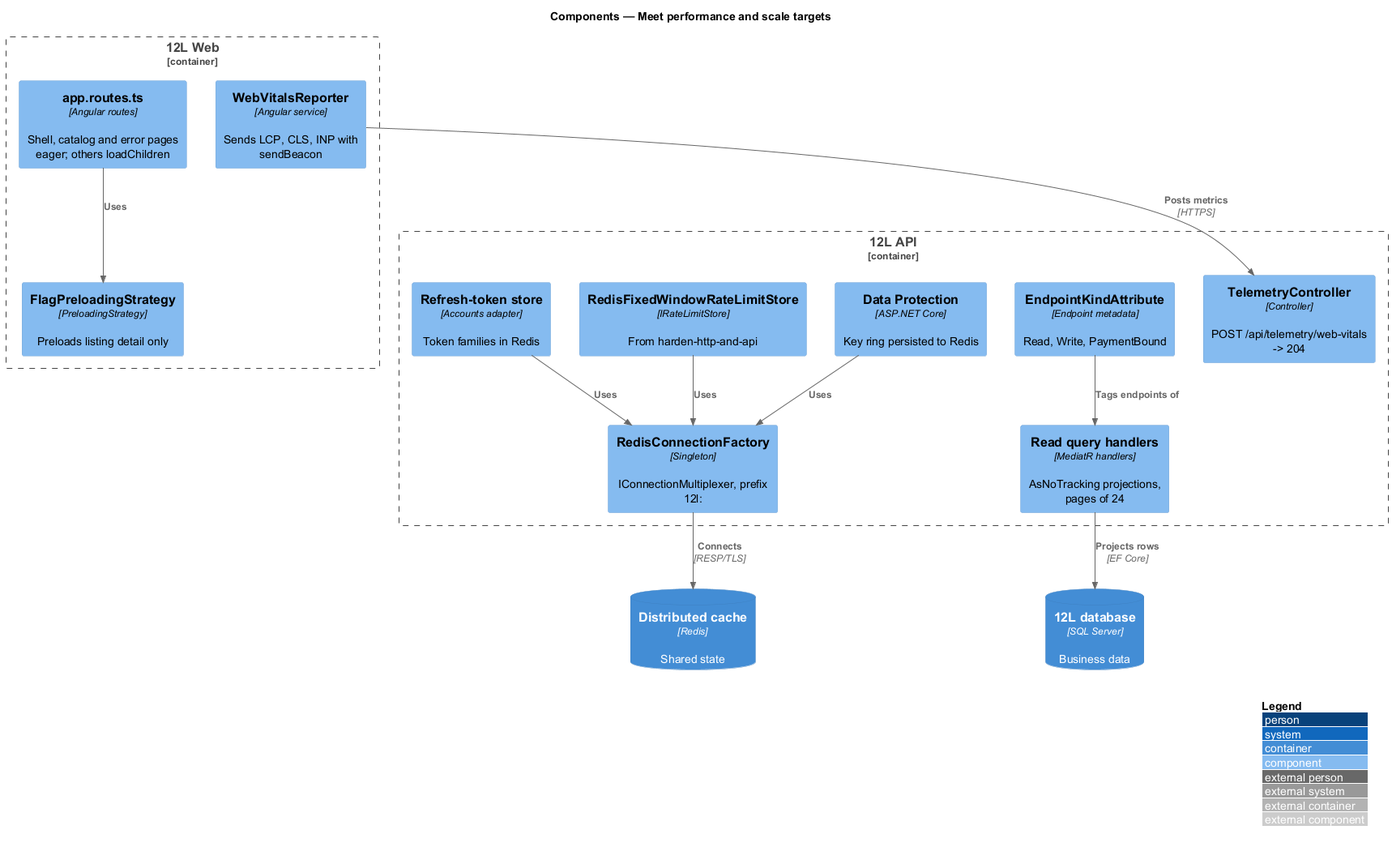
QuinntyneBrown/12l keeps this PlantUML diagram as docs/detailed-designs/platform/meet-performance-and-scale/diagrams/c4-component.png. Above is the earlier version. The source it was exported from:
```plantuml
@startuml
!include <C4/C4_Component>
LAYOUT_WITH_LEGEND()
title Components — Meet performance and scale targets

Container_Boundary(web, "12L Web") {
  Component(routes, "app.routes.ts", "Angular routes", "Shell, catalog and error pages eager; others loadChildren")
  Component(preload, "FlagPreloadingStrategy", "PreloadingStrategy", "Preloads listing detail only")
  Component(vitals, "WebVitalsReporter", "Angular service", "Sends LCP, CLS, INP with sendBeacon")
}
Container_Boundary(api, "12L API") {
  Component(tele, "TelemetryController", "Controller", "POST /api/telemetry/web-vitals -> 204")
  Component(kind, "EndpointKindAttribute", "Endpoint metadata", "Read, Write, PaymentBound")
  Component(dp, "Data Protection", "ASP.NET Core", "Key ring persisted to Redis")
  Component(rlstore, "RedisFixedWindowRateLimitStore", "IRateLimitStore", "From harden-http-and-api")
  Component(tokens, "Refresh-token store", "Accounts adapter", "Token families in Redis")
  Component(factory, "RedisConnectionFactory", "Singleton", "IConnectionMultiplexer, prefix 12l:")
  Component(queries, "Read query handlers", "MediatR handlers", "AsNoTracking projections, pages of 24")
}
ContainerDb(cache, "Distributed cache", "Redis", "Shared state")
ContainerDb(db, "12L database", "SQL Server", "Business data")

Rel(routes, preload, "Uses")
Rel(vitals, tele, "Posts metrics", "HTTPS")
Rel(dp, factory, "Uses")
Rel(rlstore, factory, "Uses")
Rel(tokens, factory, "Uses")
Rel(factory, cache, "Connects", "RESP/TLS")
Rel(queries, db, "Projects rows", "EF Core")
Rel(kind, queries, "Tags endpoints of")
@enduml
```
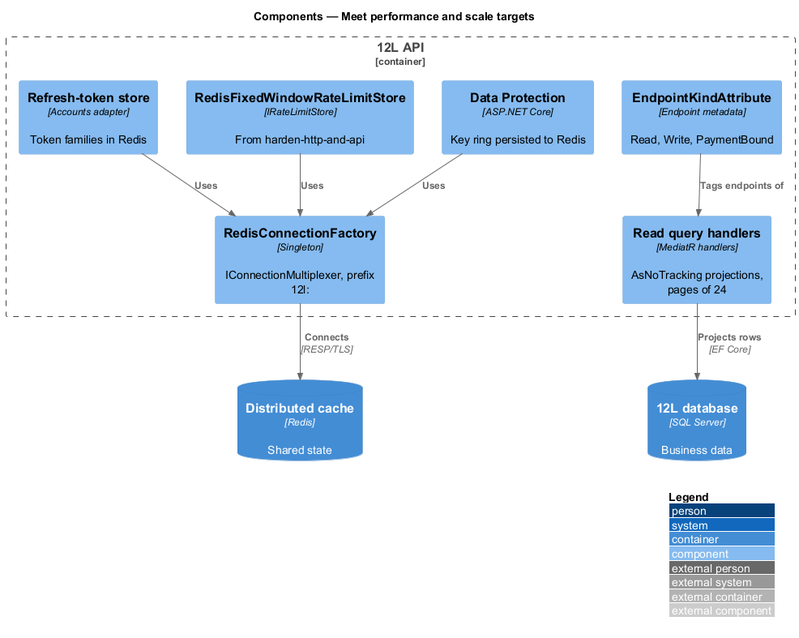
The same diagram one commit later.

The edit, as a diff of the source:
```diff
@@ -3,13 +3,7 @@
 LAYOUT_WITH_LEGEND()
 title Components — Meet performance and scale targets
 
-Container_Boundary(web, "12L Web") {
-  Component(routes, "app.routes.ts", "Angular routes", "Shell, catalog and error pages eager; others loadChildren")
-  Component(preload, "FlagPreloadingStrategy", "PreloadingStrategy", "Preloads listing detail only")
-  Component(vitals, "WebVitalsReporter", "Angular service", "Sends LCP, CLS, INP with sendBeacon")
-}
 Container_Boundary(api, "12L API") {
-  Component(tele, "TelemetryController", "Controller", "POST /api/telemetry/web-vitals -> 204")
   Component(kind, "EndpointKindAttribute", "Endpoint metadata", "Read, Write, PaymentBound")
   Component(dp, "Data Protection", "ASP.NET Core", "Key ring persisted to Redis")
   Component(rlstore, "RedisFixedWindowRateLimitStore", "IRateLimitStore", "From harden-http-and-api")
@@ -20,8 +14,6 @@
 ContainerDb(cache, "Distributed cache", "Redis", "Shared state")
 ContainerDb(db, "12L database", "SQL Server", "Business data")
 
-Rel(routes, preload, "Uses")
-Rel(vitals, tele, "Posts metrics", "HTTPS")
 Rel(dp, factory, "Uses")
 Rel(rlstore, factory, "Uses")
 Rel(tokens, factory, "Uses")
```
